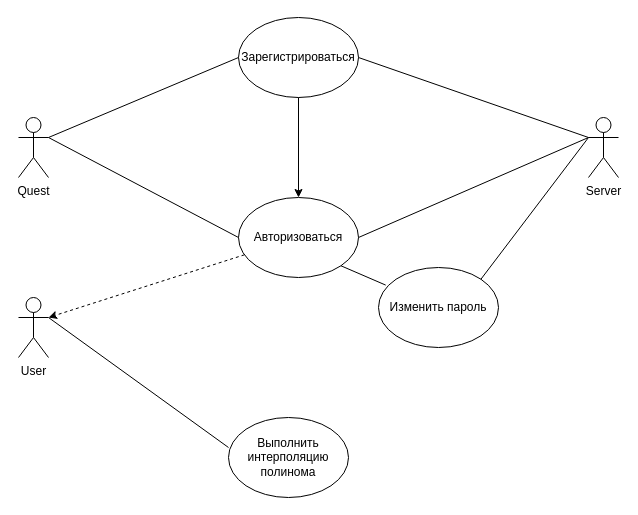
The draw.io diagram use_case.drawio in ctrannik787/PD, before the edit. Source tidied: cells renumbered, new cells numbered last; positions are measured from the earlier drawing's top-left corner, leaving out a move shared by most shapes. Both pictures are drawn from the tidied source at 100%, with x=0, y=0 at pixel (18, 17).
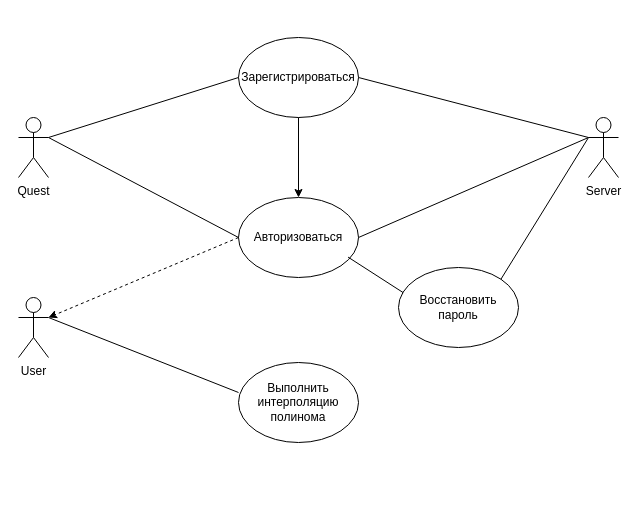
After the change.

Diff of the diagram source:
```diff
@@
 <mxGraphModel>
   <root>
     <mxCell id="0" />
     <mxCell id="1" parent="0" />
     <mxCell id="2" value="Quest" style="shape=umlActor;verticalLabelPosition=bottom;verticalAlign=top;html=1;outlineConnect=0;" parent="1" vertex="1">
       <mxGeometry y="100" width="30" height="60" as="geometry" />
     </mxCell>
     <mxCell id="3" value="User" style="shape=umlActor;verticalLabelPosition=bottom;verticalAlign=top;html=1;outlineConnect=0;" parent="1" vertex="1">
       <mxGeometry y="280" width="30" height="60" as="geometry" />
     </mxCell>
     <mxCell id="4" value="Server" style="shape=umlActor;verticalLabelPosition=bottom;verticalAlign=top;html=1;outlineConnect=0;" parent="1" vertex="1">
       <mxGeometry x="570" y="100" width="30" height="60" as="geometry" />
     </mxCell>
     <mxCell id="5" value="Авторизоваться" style="ellipse;whiteSpace=wrap;html=1;" parent="1" vertex="1">
       <mxGeometry x="220" y="180" width="120" height="80" as="geometry" />
     </mxCell>
     <mxCell id="6" value="Зарегистрироваться" style="ellipse;whiteSpace=wrap;html=1;" parent="1" vertex="1">
-      <mxGeometry x="220" width="120" height="80" as="geometry" />
+      <mxGeometry x="220" y="20" width="120" height="80" as="geometry" />
     </mxCell>
     <mxCell id="7" style="endArrow=classic;html=1;rounded=0;entryX=0.5;entryY=0;entryDx=0;entryDy=0;exitX=0.5;exitY=1;exitDx=0;exitDy=0;" parent="1" edge="1" source="6" target="5">
       <mxGeometry relative="1" as="geometry" />
     </mxCell>
     <mxCell id="8" style="endArrow=none;html=1;rounded=0;exitX=1;exitY=0.3333333333333333;exitDx=0;exitDy=0;exitPerimeter=0;entryX=0;entryY=0.5;entryDx=0;entryDy=0;" parent="1" edge="1" source="2" target="5">
       <mxGeometry relative="1" as="geometry" />
     </mxCell>
     <mxCell id="9" style="endArrow=none;html=1;rounded=0;exitX=1;exitY=0.5;exitDx=0;exitDy=0;entryX=0;entryY=0.3333333333333333;entryDx=0;entryDy=0;entryPerimeter=0;" parent="1" edge="1" source="5" target="4">
       <mxGeometry relative="1" as="geometry" />
     </mxCell>
     <mxCell id="10" style="endArrow=none;html=1;rounded=0;exitX=1;exitY=0.3333333333333333;exitDx=0;exitDy=0;exitPerimeter=0;entryX=0;entryY=0.5;entryDx=0;entryDy=0;" parent="1" edge="1" source="2" target="6">
       <mxGeometry relative="1" as="geometry" />
     </mxCell>
     <mxCell id="11" style="endArrow=none;html=1;rounded=0;exitX=1;exitY=0.5;exitDx=0;exitDy=0;" parent="1" edge="1" source="6">
       <mxGeometry relative="1" as="geometry">
         <mxPoint x="570" y="120" as="targetPoint" />
       </mxGeometry>
     </mxCell>
-    <mxCell id="12" style="endArrow=classic;html=1;rounded=0;entryX=1;entryY=0.3333333333333333;entryDx=0;entryDy=0;entryPerimeter=0;dashed=1;" parent="1" edge="1" source="5" target="3">
-      <mxGeometry relative="1" as="geometry" />
+    <mxCell id="12" style="endArrow=classic;html=1;rounded=0;entryX=1;entryY=0.3333333333333333;entryDx=0;entryDy=0;entryPerimeter=0;dashed=1;" parent="1" edge="1" target="3">
+      <mxGeometry relative="1" as="geometry">
+        <mxPoint x="220" y="220" as="sourcePoint" />
+      </mxGeometry>
     </mxCell>
     <mxCell id="13" value="Выполнить интерполяцию полинома" style="ellipse;whiteSpace=wrap;html=1;" parent="1" vertex="1">
-      <mxGeometry x="210" y="400" width="120" height="80" as="geometry" />
+      <mxGeometry x="220" y="345" width="120" height="80" as="geometry" />
     </mxCell>
-    <mxCell id="14" value="Изменить пароль" style="ellipse;whiteSpace=wrap;html=1;" parent="1" vertex="1">
-      <mxGeometry x="360" y="250" width="120" height="80" as="geometry" />
+    <mxCell id="14" value="Восстановить пароль" style="ellipse;whiteSpace=wrap;html=1;" parent="1" vertex="1">
+      <mxGeometry x="380" y="250" width="120" height="80" as="geometry" />
     </mxCell>
     <mxCell id="15" style="endArrow=none;html=1;rounded=0;exitX=1;exitY=0;exitDx=0;exitDy=0;" parent="1" edge="1" source="14">
       <mxGeometry relative="1" as="geometry">
         <mxPoint x="570" y="120" as="targetPoint" />
       </mxGeometry>
     </mxCell>
-    <mxCell id="16" style="endArrow=none;html=1;rounded=0;exitX=1;exitY=1;exitDx=0;exitDy=0;entryX=0.06;entryY=0.22;entryDx=0;entryDy=0;entryPerimeter=0;" parent="1" edge="1" source="5" target="14">
+    <mxCell id="16" style="endArrow=none;html=1;rounded=0;exitX=0.913;exitY=0.745;exitDx=0;exitDy=0;entryX=0.04;entryY=0.315;entryDx=0;entryDy=0;entryPerimeter=0;exitPerimeter=0;" parent="1" edge="1" source="5" target="14">
       <mxGeometry relative="1" as="geometry" />
     </mxCell>
     <mxCell id="17" style="endArrow=none;html=1;rounded=0;exitX=1;exitY=0.3333333333333333;exitDx=0;exitDy=0;exitPerimeter=0;entryX=0;entryY=0.375;entryDx=0;entryDy=0;entryPerimeter=0;" parent="1" edge="1" source="3" target="13">
       <mxGeometry relative="1" as="geometry" />
     </mxCell>
   </root>
 </mxGraphModel>
```
